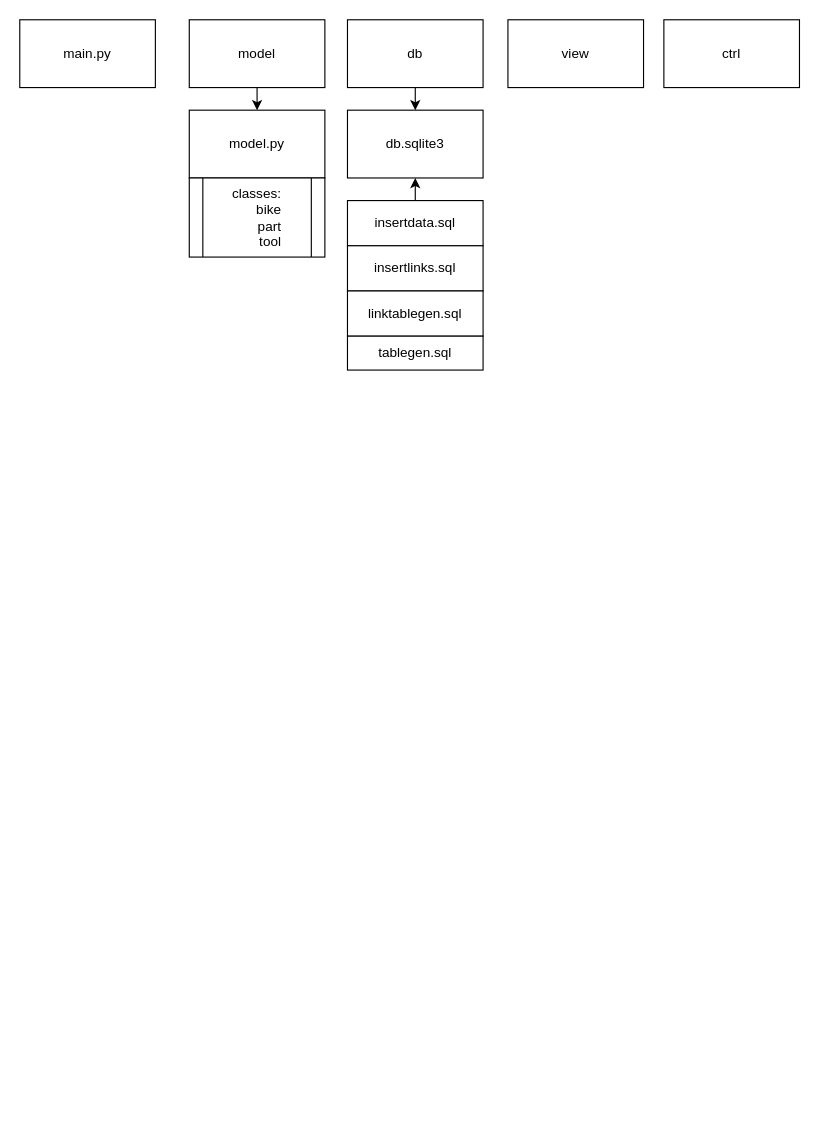
The draw.io diagram Static_View.drawio in kodeschreiber/ITIS4155, before the edit. Source tidied: cells renumbered, new cells numbered last; positions are measured from the earlier drawing's top-left corner, leaving out a move shared by most shapes. Both pictures are drawn from the tidied source at 113%, with x=0, y=0 at pixel (19, 19).
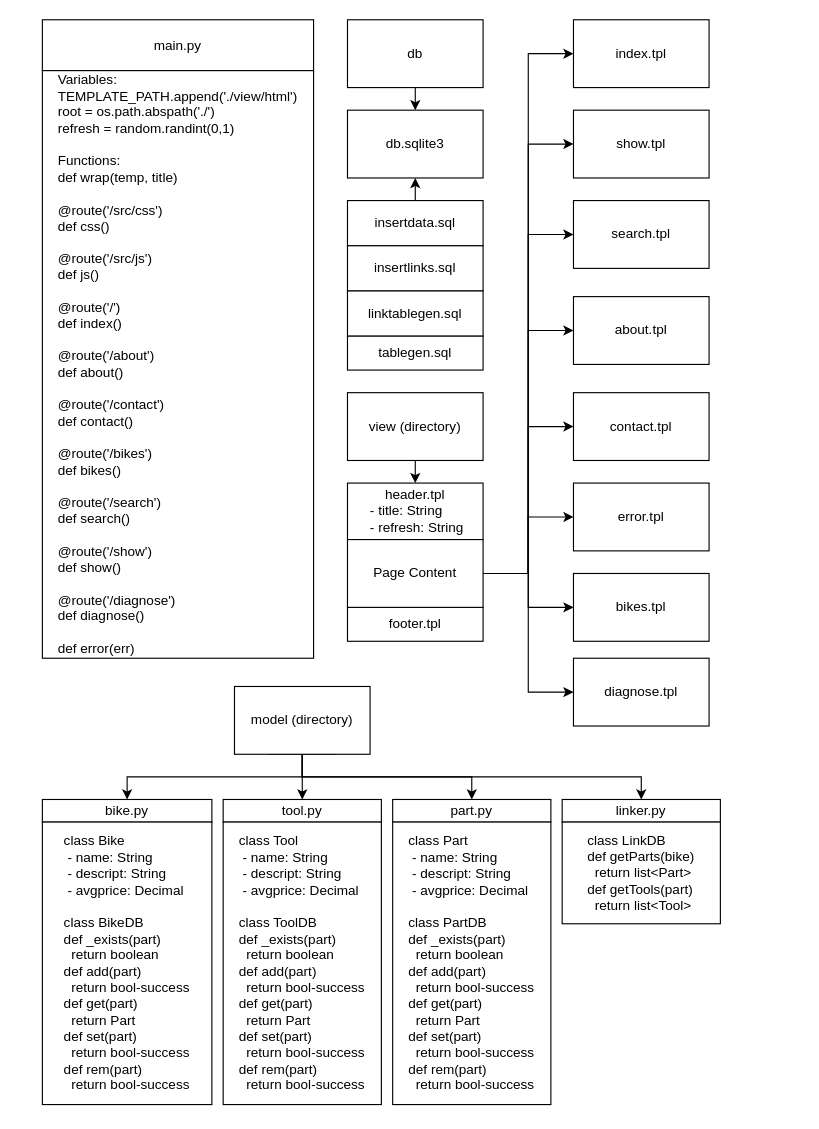
Above is the later version.

Diff of the diagram source:
```diff
@@
     <mxCell id="2" value="main.py" style="rounded=0;whiteSpace=wrap;html=1;" parent="1" vertex="1">
-      <mxGeometry width="120" height="60" as="geometry" />
+      <mxGeometry x="20" width="240" height="45" as="geometry" />
     </mxCell>
@@
-    <mxCell id="4" style="edgeStyle=orthogonalEdgeStyle;rounded=0;jettySize=auto;html=1;exitX=0.5;exitY=1;exitDx=0;exitDy=0;entryX=0.5;entryY=0;entryDx=0;entryDy=0;" parent="1" edge="1" source="5" target="15">
-      <mxGeometry relative="1" as="geometry" />
-    </mxCell>
+    <mxCell id="17" style="edgeStyle=orthogonalEdgeStyle;rounded=0;jettySize=auto;html=1;exitX=0.25;exitY=1;exitDx=0;exitDy=0;entryX=0.5;entryY=0;entryDx=0;entryDy=0;" parent="1" edge="1" source="5" target="30">
+      <mxGeometry relative="1" as="geometry">
+        <Array as="points">
+          <mxPoint x="250" y="650" />
+          <mxPoint x="250" y="670" />
+          <mxPoint x="95" y="670" />
+        </Array>
+      </mxGeometry>
+    </mxCell>
+    <mxCell id="18" style="edgeStyle=orthogonalEdgeStyle;rounded=0;jettySize=auto;html=1;exitX=0.5;exitY=1;exitDx=0;exitDy=0;entryX=0.5;entryY=0;entryDx=0;entryDy=0;" parent="1" edge="1" source="5" target="29">
+      <mxGeometry relative="1" as="geometry" />
+    </mxCell>
+    <mxCell id="19" style="edgeStyle=orthogonalEdgeStyle;rounded=0;jettySize=auto;html=1;exitX=0.75;exitY=1;exitDx=0;exitDy=0;entryX=0.5;entryY=0;entryDx=0;entryDy=0;" parent="1" edge="1" source="5" target="28">
+      <mxGeometry relative="1" as="geometry">
+        <Array as="points">
+          <mxPoint x="250" y="650" />
+          <mxPoint x="250" y="670" />
+          <mxPoint x="400" y="670" />
+        </Array>
+      </mxGeometry>
+    </mxCell>
+    <mxCell id="20" style="edgeStyle=orthogonalEdgeStyle;rounded=0;jettySize=auto;html=1;exitX=0.5;exitY=1;exitDx=0;exitDy=0;entryX=0.5;entryY=0;entryDx=0;entryDy=0;" parent="1" edge="1" source="5" target="45">
+      <mxGeometry relative="1" as="geometry" />
+    </mxCell>
-    <mxCell id="5" value="model" style="rounded=0;whiteSpace=wrap;html=1;" parent="1" vertex="1">
-      <mxGeometry x="150" width="120" height="60" as="geometry" />
+    <mxCell id="5" value="model (directory)" style="rounded=0;whiteSpace=wrap;html=1;" parent="1" vertex="1">
+      <mxGeometry x="190" y="590" width="120" height="60" as="geometry" />
     </mxCell>
@@
+    <mxCell id="21" style="edgeStyle=orthogonalEdgeStyle;rounded=0;jettySize=auto;html=1;exitX=0.5;exitY=1;exitDx=0;exitDy=0;entryX=0.5;entryY=0;entryDx=0;entryDy=0;" parent="1" edge="1" source="8" target="22">
+      <mxGeometry relative="1" as="geometry" />
+    </mxCell>
-    <mxCell id="8" value="view" style="rounded=0;whiteSpace=wrap;html=1;" parent="1" vertex="1">
-      <mxGeometry x="432" width="120" height="60" as="geometry" />
+    <mxCell id="8" value="view (directory)" style="rounded=0;whiteSpace=wrap;html=1;" parent="1" vertex="1">
+      <mxGeometry x="290" y="330" width="120" height="60" as="geometry" />
     </mxCell>
-    <mxCell id="9" value="ctrl" style="rounded=0;whiteSpace=wrap;html=1;" parent="1" vertex="1">
-      <mxGeometry x="570" width="120" height="60" as="geometry" />
-    </mxCell>
@@
-    <mxCell id="15" value="model.py" style="rounded=0;whiteSpace=wrap;html=1;" parent="1" vertex="1">
-      <mxGeometry x="150" y="80" width="120" height="60" as="geometry" />
-    </mxCell>
-    <mxCell id="16" value="&lt;div style=&quot;text-align: right&quot;&gt;&lt;span&gt;classes:&lt;/span&gt;&lt;/div&gt;&lt;div style=&quot;text-align: right&quot;&gt;&lt;span&gt;bike&lt;/span&gt;&lt;/div&gt;&lt;div style=&quot;text-align: right&quot;&gt;&lt;span&gt;part&lt;/span&gt;&lt;/div&gt;&lt;div style=&quot;text-align: right&quot;&gt;&lt;span&gt;tool&lt;/span&gt;&lt;/div&gt;" style="shape=process;whiteSpace=wrap;html=1;backgroundOutline=1;" parent="1" vertex="1">
-      <mxGeometry x="150" y="140" width="120" height="70" as="geometry" />
-    </mxCell>
+    <mxCell id="22" value="header.tpl&lt;br&gt;&lt;div style=&quot;text-align: left&quot;&gt;&lt;span&gt;&amp;nbsp;- title: String&lt;/span&gt;&lt;/div&gt;&lt;div style=&quot;text-align: left&quot;&gt;&lt;span&gt;&amp;nbsp;- refresh: String&lt;/span&gt;&lt;/div&gt;" style="rounded=0;whiteSpace=wrap;html=1;" parent="1" vertex="1">
+      <mxGeometry x="290" y="410" width="120" height="50" as="geometry" />
+    </mxCell>
+    <mxCell id="23" value="show.tpl" style="rounded=0;whiteSpace=wrap;html=1;" parent="1" vertex="1">
+      <mxGeometry x="490" y="80" width="120" height="60" as="geometry" />
+    </mxCell>
+    <mxCell id="24" value="search.tpl" style="rounded=0;whiteSpace=wrap;html=1;" parent="1" vertex="1">
+      <mxGeometry x="490" y="160" width="120" height="60" as="geometry" />
+    </mxCell>
+    <mxCell id="25" value="about.tpl" style="rounded=0;whiteSpace=wrap;html=1;" parent="1" vertex="1">
+      <mxGeometry x="490" y="245" width="120" height="60" as="geometry" />
+    </mxCell>
+    <mxCell id="26" value="contact.tpl" style="rounded=0;whiteSpace=wrap;html=1;" parent="1" vertex="1">
+      <mxGeometry x="490" y="330" width="120" height="60" as="geometry" />
+    </mxCell>
+    <mxCell id="27" value="&lt;div style=&quot;text-align: left&quot;&gt;Variables:&lt;/div&gt;&lt;div style=&quot;text-align: left&quot;&gt;TEMPLATE_PATH.append('./view/html')&lt;/div&gt;&lt;div style=&quot;text-align: left&quot;&gt;root = os.path.abspath('./')&lt;/div&gt;&lt;div style=&quot;text-align: left&quot;&gt;refresh = random.randint(0,1)&lt;/div&gt;&lt;div style=&quot;text-align: left&quot;&gt;&lt;br&gt;&lt;/div&gt;&lt;div style=&quot;text-align: left&quot;&gt;Functions:&lt;/div&gt;&lt;div style=&quot;text-align: left&quot;&gt;&lt;div&gt;def wrap(temp, title)&lt;/div&gt;&lt;div&gt;&lt;br&gt;&lt;/div&gt;&lt;div&gt;@route('/src/css')&lt;/div&gt;&lt;div&gt;def css()&lt;/div&gt;&lt;div&gt;&lt;br&gt;&lt;/div&gt;&lt;div&gt;@route('/src/js')&lt;/div&gt;&lt;div&gt;def js()&lt;/div&gt;&lt;div&gt;&lt;br&gt;&lt;/div&gt;&lt;div&gt;@route('/')&lt;/div&gt;&lt;div&gt;def index()&lt;/div&gt;&lt;div&gt;&lt;br&gt;&lt;/div&gt;&lt;div&gt;@route('/about')&lt;/div&gt;&lt;div&gt;def about()&lt;/div&gt;&lt;div&gt;&lt;br&gt;&lt;/div&gt;&lt;div&gt;@route('/contact')&lt;/div&gt;&lt;div&gt;def contact()&lt;/div&gt;&lt;div&gt;&lt;br&gt;&lt;/div&gt;&lt;div&gt;@route('/bikes')&lt;/div&gt;&lt;div&gt;def bikes()&lt;/div&gt;&lt;div&gt;&lt;br&gt;&lt;/div&gt;&lt;div&gt;@route('/search')&lt;/div&gt;&lt;div&gt;def search()&lt;/div&gt;&lt;div&gt;&lt;br&gt;&lt;/div&gt;&lt;div&gt;@route('/show')&lt;/div&gt;&lt;div&gt;def show()&lt;/div&gt;&lt;div&gt;&lt;br&gt;&lt;/div&gt;&lt;div&gt;@route('/diagnose')&lt;/div&gt;&lt;div&gt;def diagnose()&lt;/div&gt;&lt;div&gt;&lt;br&gt;&lt;/div&gt;&lt;div&gt;def error(err)&lt;/div&gt;&lt;/div&gt;" style="rounded=0;whiteSpace=wrap;html=1;" parent="1" vertex="1">
+      <mxGeometry x="20" y="45" width="240" height="520" as="geometry" />
+    </mxCell>
+    <mxCell id="28" value="part.py&lt;br&gt;" style="rounded=0;whiteSpace=wrap;html=1;" parent="1" vertex="1">
+      <mxGeometry x="330" y="690" width="140" height="20" as="geometry" />
+    </mxCell>
+    <mxCell id="29" value="tool.py&lt;br&gt;" style="rounded=0;whiteSpace=wrap;html=1;" parent="1" vertex="1">
+      <mxGeometry x="180" y="690" width="140" height="20" as="geometry" />
+    </mxCell>
+    <mxCell id="30" value="bike.py&lt;br&gt;" style="rounded=0;whiteSpace=wrap;html=1;" parent="1" vertex="1">
+      <mxGeometry x="20" y="690" width="150" height="20" as="geometry" />
+    </mxCell>
+    <mxCell id="31" value="&lt;div style=&quot;text-align: left&quot;&gt;class Part&lt;/div&gt;&lt;div style=&quot;text-align: left&quot;&gt;&amp;nbsp;- name: String&lt;/div&gt;&lt;div style=&quot;text-align: left&quot;&gt;&amp;nbsp;- descript: String&lt;/div&gt;&lt;div style=&quot;text-align: left&quot;&gt;&lt;span&gt;&amp;nbsp;- avgprice: Decimal&lt;/span&gt;&lt;br&gt;&lt;/div&gt;&lt;div style=&quot;text-align: left&quot;&gt;&lt;span&gt;&lt;br&gt;&lt;/span&gt;&lt;/div&gt;&lt;div&gt;&lt;div style=&quot;text-align: left&quot;&gt;class PartDB&lt;/div&gt;&lt;div style=&quot;text-align: left&quot;&gt;def _exists(part)&lt;/div&gt;&lt;div style=&quot;text-align: left&quot;&gt;&amp;nbsp; return boolean&lt;/div&gt;&lt;div style=&quot;text-align: left&quot;&gt;def add(part)&lt;/div&gt;&lt;div style=&quot;text-align: left&quot;&gt;&amp;nbsp; return bool-success&lt;/div&gt;&lt;div style=&quot;text-align: left&quot;&gt;def get(part)&lt;/div&gt;&lt;div style=&quot;text-align: left&quot;&gt;&amp;nbsp; return Part&lt;/div&gt;&lt;div style=&quot;text-align: left&quot;&gt;def set(part)&lt;/div&gt;&lt;div style=&quot;text-align: left&quot;&gt;&amp;nbsp; return bool-success&lt;/div&gt;&lt;div style=&quot;text-align: left&quot;&gt;def rem(part)&lt;/div&gt;&lt;div style=&quot;text-align: left&quot;&gt;&amp;nbsp; return bool-success&lt;/div&gt;&lt;/div&gt;" style="rounded=0;whiteSpace=wrap;html=1;" parent="1" vertex="1">
+      <mxGeometry x="330" y="710" width="140" height="250" as="geometry" />
+    </mxCell>
+    <mxCell id="32" value="&lt;div style=&quot;text-align: left&quot;&gt;class Tool&lt;/div&gt;&lt;div&gt;&lt;div style=&quot;text-align: left&quot;&gt;&amp;nbsp;- name: String&lt;/div&gt;&lt;div style=&quot;text-align: left&quot;&gt;&amp;nbsp;- descript: String&lt;/div&gt;&lt;div style=&quot;text-align: left&quot;&gt;&amp;nbsp;- avgprice: Decimal&lt;/div&gt;&lt;/div&gt;&lt;div style=&quot;text-align: left&quot;&gt;&lt;br&gt;&lt;/div&gt;&lt;div&gt;&lt;div style=&quot;text-align: left&quot;&gt;class ToolDB&lt;/div&gt;&lt;div&gt;&lt;div style=&quot;text-align: left&quot;&gt;def _exists(part)&lt;/div&gt;&lt;div style=&quot;text-align: left&quot;&gt;&amp;nbsp; return boolean&lt;/div&gt;&lt;div style=&quot;text-align: left&quot;&gt;def add(part)&lt;/div&gt;&lt;div style=&quot;text-align: left&quot;&gt;&amp;nbsp; return bool-success&lt;/div&gt;&lt;div style=&quot;text-align: left&quot;&gt;def get(part)&lt;/div&gt;&lt;div style=&quot;text-align: left&quot;&gt;&amp;nbsp; return Part&lt;/div&gt;&lt;div style=&quot;text-align: left&quot;&gt;def set(part)&lt;/div&gt;&lt;div style=&quot;text-align: left&quot;&gt;&amp;nbsp; return bool-success&lt;/div&gt;&lt;div style=&quot;text-align: left&quot;&gt;def rem(part)&lt;/div&gt;&lt;div style=&quot;text-align: left&quot;&gt;&amp;nbsp; return bool-success&lt;/div&gt;&lt;/div&gt;&lt;/div&gt;" style="rounded=0;whiteSpace=wrap;html=1;" parent="1" vertex="1">
+      <mxGeometry x="180" y="710" width="140" height="250" as="geometry" />
+    </mxCell>
+    <mxCell id="33" value="&lt;div style=&quot;text-align: left&quot;&gt;&lt;br&gt;&lt;/div&gt;&lt;div style=&quot;text-align: left&quot;&gt;class Bike&lt;/div&gt;&lt;div&gt;&lt;div style=&quot;text-align: left&quot;&gt;&amp;nbsp;- name: String&lt;/div&gt;&lt;div style=&quot;text-align: left&quot;&gt;&amp;nbsp;- descript: String&lt;/div&gt;&lt;div style=&quot;text-align: left&quot;&gt;&amp;nbsp;- avgprice: Decimal&lt;/div&gt;&lt;/div&gt;&lt;div&gt;&lt;div&gt;&lt;div style=&quot;text-align: left&quot;&gt;&lt;br&gt;&lt;/div&gt;&lt;div style=&quot;text-align: left&quot;&gt;class BikeDB&lt;/div&gt;&lt;div&gt;&lt;div style=&quot;text-align: left&quot;&gt;def _exists(part)&lt;/div&gt;&lt;div style=&quot;text-align: left&quot;&gt;&amp;nbsp; return boolean&lt;/div&gt;&lt;div style=&quot;text-align: left&quot;&gt;def add(part)&lt;/div&gt;&lt;div style=&quot;text-align: left&quot;&gt;&amp;nbsp; return bool-success&lt;/div&gt;&lt;div style=&quot;text-align: left&quot;&gt;def get(part)&lt;/div&gt;&lt;div style=&quot;text-align: left&quot;&gt;&amp;nbsp; return Part&lt;/div&gt;&lt;div style=&quot;text-align: left&quot;&gt;def set(part)&lt;/div&gt;&lt;div style=&quot;text-align: left&quot;&gt;&amp;nbsp; return bool-success&lt;/div&gt;&lt;div style=&quot;text-align: left&quot;&gt;def rem(part)&lt;/div&gt;&lt;div style=&quot;text-align: left&quot;&gt;&amp;nbsp; return bool-success&lt;/div&gt;&lt;/div&gt;&lt;/div&gt;&lt;/div&gt;&lt;div style=&quot;text-align: left&quot;&gt;&lt;br&gt;&lt;/div&gt;" style="rounded=0;whiteSpace=wrap;html=1;" parent="1" vertex="1">
+      <mxGeometry x="20" y="710" width="150" height="250" as="geometry" />
+    </mxCell>
+    <mxCell id="34" value="footer.tpl" style="rounded=0;whiteSpace=wrap;html=1;" parent="1" vertex="1">
+      <mxGeometry x="290" y="520" width="120" height="30" as="geometry" />
+    </mxCell>
+    <mxCell id="35" style="edgeStyle=orthogonalEdgeStyle;rounded=0;jettySize=auto;html=1;exitX=1;exitY=0.5;exitDx=0;exitDy=0;entryX=0;entryY=0.5;entryDx=0;entryDy=0;" parent="1" edge="1" source="43" target="44">
+      <mxGeometry relative="1" as="geometry" />
+    </mxCell>
+    <mxCell id="36" style="edgeStyle=orthogonalEdgeStyle;rounded=0;jettySize=auto;html=1;exitX=1;exitY=0.5;exitDx=0;exitDy=0;entryX=0;entryY=0.5;entryDx=0;entryDy=0;" parent="1" edge="1" source="43" target="23">
+      <mxGeometry relative="1" as="geometry" />
+    </mxCell>
+    <mxCell id="37" style="edgeStyle=orthogonalEdgeStyle;rounded=0;jettySize=auto;html=1;exitX=1;exitY=0.5;exitDx=0;exitDy=0;entryX=0;entryY=0.5;entryDx=0;entryDy=0;" parent="1" edge="1" source="43" target="24">
+      <mxGeometry relative="1" as="geometry" />
+    </mxCell>
+    <mxCell id="38" style="edgeStyle=orthogonalEdgeStyle;rounded=0;jettySize=auto;html=1;exitX=1;exitY=0.5;exitDx=0;exitDy=0;entryX=0;entryY=0.5;entryDx=0;entryDy=0;" parent="1" edge="1" source="43" target="25">
+      <mxGeometry relative="1" as="geometry" />
+    </mxCell>
+    <mxCell id="39" style="edgeStyle=orthogonalEdgeStyle;rounded=0;jettySize=auto;html=1;exitX=1;exitY=0.5;exitDx=0;exitDy=0;entryX=0;entryY=0.5;entryDx=0;entryDy=0;" parent="1" edge="1" source="43" target="26">
+      <mxGeometry relative="1" as="geometry" />
+    </mxCell>
+    <mxCell id="40" style="edgeStyle=orthogonalEdgeStyle;rounded=0;jettySize=auto;html=1;exitX=1;exitY=0.5;exitDx=0;exitDy=0;" parent="1" edge="1" source="43" target="47">
+      <mxGeometry relative="1" as="geometry" />
+    </mxCell>
+    <mxCell id="41" style="edgeStyle=orthogonalEdgeStyle;rounded=0;jettySize=auto;html=1;exitX=1;exitY=0.5;exitDx=0;exitDy=0;entryX=0;entryY=0.5;entryDx=0;entryDy=0;" parent="1" edge="1" source="43" target="48">
+      <mxGeometry relative="1" as="geometry" />
+    </mxCell>
+    <mxCell id="42" style="edgeStyle=orthogonalEdgeStyle;rounded=0;jettySize=auto;html=1;exitX=1;exitY=0.5;exitDx=0;exitDy=0;entryX=0;entryY=0.5;entryDx=0;entryDy=0;" parent="1" edge="1" source="43" target="49">
+      <mxGeometry relative="1" as="geometry" />
+    </mxCell>
+    <mxCell id="43" value="Page Content" style="rounded=0;whiteSpace=wrap;html=1;" parent="1" vertex="1">
+      <mxGeometry x="290" y="460" width="120" height="60" as="geometry" />
+    </mxCell>
+    <mxCell id="44" value="index.tpl" style="rounded=0;whiteSpace=wrap;html=1;" parent="1" vertex="1">
+      <mxGeometry x="490" width="120" height="60" as="geometry" />
+    </mxCell>
+    <mxCell id="45" value="linker.py&lt;br&gt;" style="rounded=0;whiteSpace=wrap;html=1;" parent="1" vertex="1">
+      <mxGeometry x="480" y="690" width="140" height="20" as="geometry" />
+    </mxCell>
+    <mxCell id="46" value="&lt;div style=&quot;text-align: left&quot;&gt;class LinkDB&lt;/div&gt;&lt;div style=&quot;text-align: left&quot;&gt;def getParts(bike)&lt;/div&gt;&lt;div style=&quot;text-align: left&quot;&gt;&amp;nbsp; return list&amp;lt;Part&amp;gt;&lt;/div&gt;&lt;div style=&quot;text-align: left&quot;&gt;def getTools(part)&lt;/div&gt;&lt;div style=&quot;text-align: left&quot;&gt;&amp;nbsp; return list&amp;lt;Tool&amp;gt;&lt;/div&gt;" style="rounded=0;whiteSpace=wrap;html=1;" parent="1" vertex="1">
+      <mxGeometry x="480" y="710" width="140" height="90" as="geometry" />
+    </mxCell>
+    <mxCell id="47" value="error.tpl" style="rounded=0;whiteSpace=wrap;html=1;" parent="1" vertex="1">
+      <mxGeometry x="490" y="410" width="120" height="60" as="geometry" />
+    </mxCell>
+    <mxCell id="48" value="bikes.tpl" style="rounded=0;whiteSpace=wrap;html=1;" parent="1" vertex="1">
+      <mxGeometry x="490" y="490" width="120" height="60" as="geometry" />
+    </mxCell>
+    <mxCell id="49" value="diagnose.tpl" style="rounded=0;whiteSpace=wrap;html=1;" parent="1" vertex="1">
+      <mxGeometry x="490" y="565" width="120" height="60" as="geometry" />
+    </mxCell>
```
